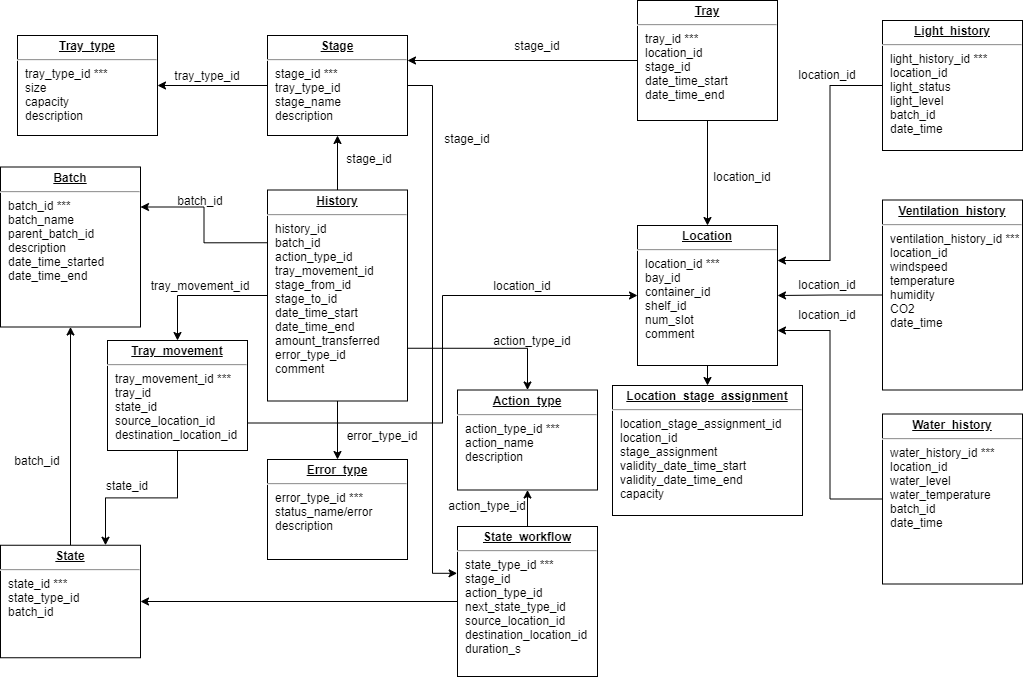
Before: REST_API/doc/ellemento_db.png, a diagram exported from draw.io (T2HOPETECHNIK/Ellemento). Source tidied: cells renumbered, new cells last; positions are measured from the earlier drawing's top-left corner, leaving out a move shared by most shapes.
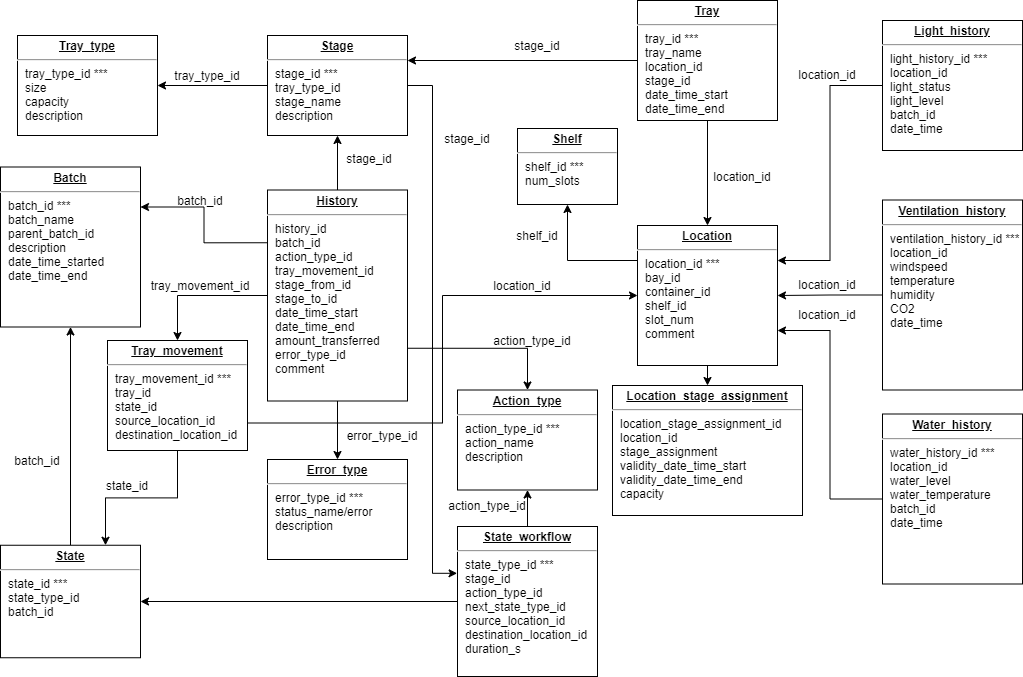
After the change.

Commit message:
Added shelf table and other fields for tracking trays in a slot on a shelf.

Change to the diagram source:
```diff
@@ -62,7 +62,10 @@
     <mxCell id="21" style="edgeStyle=orthogonalEdgeStyle;rounded=0;jettySize=auto;html=1;exitX=0.5;exitY=1;exitDx=0;exitDy=0;entryX=0.5;entryY=0;entryDx=0;entryDy=0;" parent="1" edge="1" source="22" target="37">
       <mxGeometry relative="1" as="geometry" />
     </mxCell>
+    <mxCell id="51" style="edgeStyle=orthogonalEdgeStyle;rounded=0;jettySize=auto;html=1;exitX=0;exitY=0.25;exitDx=0;exitDy=0;entryX=0.5;entryY=1;entryDx=0;entryDy=0;" parent="1" edge="1" source="22" target="52">
+      <mxGeometry relative="1" as="geometry" />
+    </mxCell>
-    <mxCell id="22" value="&lt;p style=&quot;margin: 0px ; margin-top: 4px ; text-align: center ; text-decoration: underline&quot;&gt;&lt;b&gt;Location&lt;/b&gt;&lt;/p&gt;&lt;hr&gt;&lt;p style=&quot;margin: 0px ; margin-left: 8px&quot;&gt;location_id ***&lt;br&gt;bay_id&lt;/p&gt;&lt;p style=&quot;margin: 0px ; margin-left: 8px&quot;&gt;container_id&lt;br&gt;shelf_id&lt;/p&gt;&lt;p style=&quot;margin: 0px ; margin-left: 8px&quot;&gt;num_slot&lt;/p&gt;&lt;p style=&quot;margin: 0px ; margin-left: 8px&quot;&gt;comment&lt;/p&gt;&lt;p style=&quot;margin: 0px ; margin-left: 8px&quot;&gt;&lt;br&gt;&lt;/p&gt;&lt;p style=&quot;margin: 0px ; margin-left: 8px&quot;&gt;&lt;br&gt;&lt;/p&gt;" style="verticalAlign=top;align=left;overflow=fill;fontSize=12;fontFamily=Helvetica;html=1;rounded=0;shadow=0;comic=0;labelBackgroundColor=none;strokeWidth=1;" parent="1" vertex="1">
+    <mxCell id="22" value="&lt;p style=&quot;margin: 0px ; margin-top: 4px ; text-align: center ; text-decoration: underline&quot;&gt;&lt;b&gt;Location&lt;/b&gt;&lt;/p&gt;&lt;hr&gt;&lt;p style=&quot;margin: 0px ; margin-left: 8px&quot;&gt;location_id ***&lt;br&gt;bay_id&lt;/p&gt;&lt;p style=&quot;margin: 0px ; margin-left: 8px&quot;&gt;container_id&lt;br&gt;shelf_id&lt;/p&gt;&lt;p style=&quot;margin: 0px ; margin-left: 8px&quot;&gt;slot_num&lt;/p&gt;&lt;p style=&quot;margin: 0px ; margin-left: 8px&quot;&gt;comment&lt;/p&gt;&lt;p style=&quot;margin: 0px ; margin-left: 8px&quot;&gt;&lt;br&gt;&lt;/p&gt;&lt;p style=&quot;margin: 0px ; margin-left: 8px&quot;&gt;&lt;br&gt;&lt;/p&gt;" style="verticalAlign=top;align=left;overflow=fill;fontSize=12;fontFamily=Helvetica;html=1;rounded=0;shadow=0;comic=0;labelBackgroundColor=none;strokeWidth=1;" parent="1" vertex="1">
       <mxGeometry x="637" y="225" width="140" height="140" as="geometry" />
     </mxCell>
     <mxCell id="23" value="tray_type_id" style="text;html=1;strokeColor=none;fillColor=none;align=center;verticalAlign=middle;whiteSpace=wrap;rounded=0;" parent="1" vertex="1">
@@ -137,7 +140,7 @@
     <mxCell id="46" style="edgeStyle=orthogonalEdgeStyle;rounded=0;jettySize=auto;html=1;exitX=0.5;exitY=1;exitDx=0;exitDy=0;entryX=0.5;entryY=0;entryDx=0;entryDy=0;" parent="1" edge="1" source="47" target="22">
       <mxGeometry relative="1" as="geometry" />
     </mxCell>
-    <mxCell id="47" value="&lt;p style=&quot;margin: 0px ; margin-top: 4px ; text-align: center ; text-decoration: underline&quot;&gt;&lt;b&gt;Tray&lt;/b&gt;&lt;/p&gt;&lt;hr&gt;&lt;p style=&quot;margin: 0px ; margin-left: 8px&quot;&gt;&lt;span&gt;tray_id ***&lt;/span&gt;&lt;/p&gt;&lt;p style=&quot;margin: 0px ; margin-left: 8px&quot;&gt;&lt;span&gt;location_id&lt;/span&gt;&lt;br&gt;&lt;/p&gt;&lt;p style=&quot;margin: 0px ; margin-left: 8px&quot;&gt;stage_id&lt;/p&gt;&lt;p style=&quot;margin: 0px ; margin-left: 8px&quot;&gt;date_time_start&lt;/p&gt;&lt;p style=&quot;margin: 0px ; margin-left: 8px&quot;&gt;date_time_end&lt;/p&gt;&lt;p style=&quot;margin: 0px ; margin-left: 8px&quot;&gt;&lt;br&gt;&lt;/p&gt;" style="verticalAlign=top;align=left;overflow=fill;fontSize=12;fontFamily=Helvetica;html=1;rounded=0;shadow=0;comic=0;labelBackgroundColor=none;strokeWidth=1;" parent="1" vertex="1">
+    <mxCell id="47" value="&lt;p style=&quot;margin: 0px ; margin-top: 4px ; text-align: center ; text-decoration: underline&quot;&gt;&lt;b&gt;Tray&lt;/b&gt;&lt;/p&gt;&lt;hr&gt;&lt;p style=&quot;margin: 0px ; margin-left: 8px&quot;&gt;&lt;span&gt;tray_id ***&lt;/span&gt;&lt;/p&gt;&lt;p style=&quot;margin: 0px ; margin-left: 8px&quot;&gt;&lt;span&gt;tray_name&lt;/span&gt;&lt;/p&gt;&lt;p style=&quot;margin: 0px ; margin-left: 8px&quot;&gt;&lt;span&gt;location_id&lt;/span&gt;&lt;br&gt;&lt;/p&gt;&lt;p style=&quot;margin: 0px ; margin-left: 8px&quot;&gt;stage_id&lt;/p&gt;&lt;p style=&quot;margin: 0px ; margin-left: 8px&quot;&gt;date_time_start&lt;/p&gt;&lt;p style=&quot;margin: 0px ; margin-left: 8px&quot;&gt;date_time_end&lt;/p&gt;&lt;p style=&quot;margin: 0px ; margin-left: 8px&quot;&gt;&lt;br&gt;&lt;/p&gt;" style="verticalAlign=top;align=left;overflow=fill;fontSize=12;fontFamily=Helvetica;html=1;rounded=0;shadow=0;comic=0;labelBackgroundColor=none;strokeWidth=1;" parent="1" vertex="1">
       <mxGeometry x="637" width="140" height="120" as="geometry" />
     </mxCell>
     <mxCell id="48" value="location_id" style="text;html=1;strokeColor=none;fillColor=none;align=center;verticalAlign=middle;whiteSpace=wrap;rounded=0;" parent="1" vertex="1">
@@ -149,5 +152,11 @@
     <mxCell id="50" value="state_id" style="text;html=1;strokeColor=none;fillColor=none;align=center;verticalAlign=middle;whiteSpace=wrap;rounded=0;" parent="1" vertex="1">
       <mxGeometry x="107" y="475" width="40" height="20" as="geometry" />
     </mxCell>
+    <mxCell id="52" value="&lt;p style=&quot;margin: 0px ; margin-top: 4px ; text-align: center ; text-decoration: underline&quot;&gt;&lt;b&gt;Shelf&lt;/b&gt;&lt;/p&gt;&lt;hr&gt;&lt;p style=&quot;margin: 0px ; margin-left: 8px&quot;&gt;&lt;span&gt;shelf_id ***&lt;/span&gt;&lt;/p&gt;&lt;p style=&quot;margin: 0px ; margin-left: 8px&quot;&gt;num_slots&lt;/p&gt;&lt;p style=&quot;margin: 0px ; margin-left: 8px&quot;&gt;&lt;br&gt;&lt;/p&gt;" style="verticalAlign=top;align=left;overflow=fill;fontSize=12;fontFamily=Helvetica;html=1;rounded=0;shadow=0;comic=0;labelBackgroundColor=none;strokeWidth=1;" parent="1" vertex="1">
+      <mxGeometry x="517" y="128" width="100" height="76" as="geometry" />
+    </mxCell>
+    <mxCell id="53" value="shelf_id" style="text;html=1;strokeColor=none;fillColor=none;align=center;verticalAlign=middle;whiteSpace=wrap;rounded=0;" parent="1" vertex="1">
+      <mxGeometry x="512" y="225" width="50" height="20" as="geometry" />
+    </mxCell>
   </root>
 </mxGraphModel>
```
